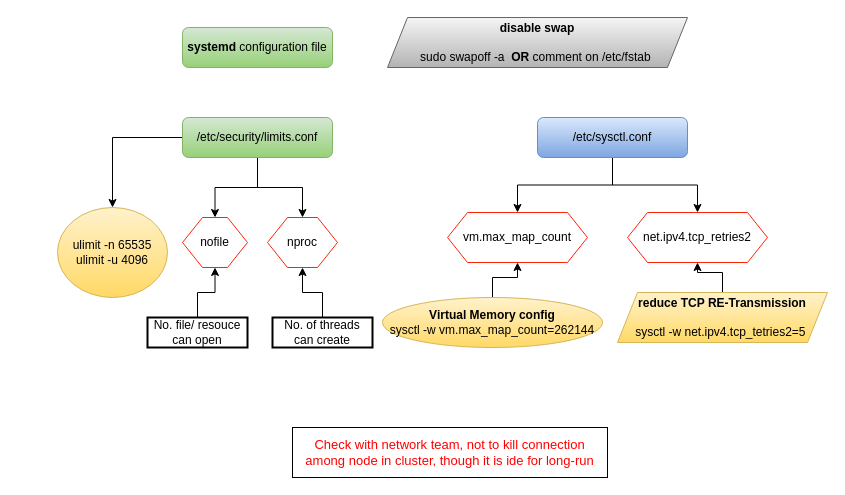
paramothers/books keeps this draw.io diagram as page "Prod OS Settings" (7 of 8) of My Articles/elastic stack/ElasticSearch setup and configuration.drawio. Above is the earlier version. Source tidied: cells renumbered, new cells numbered last; positions are measured from the earlier drawing's top-left corner, leaving out a move shared by most shapes. Both pictures are drawn from the tidied source at 100%, with x=0, y=0 at pixel (57, 17).
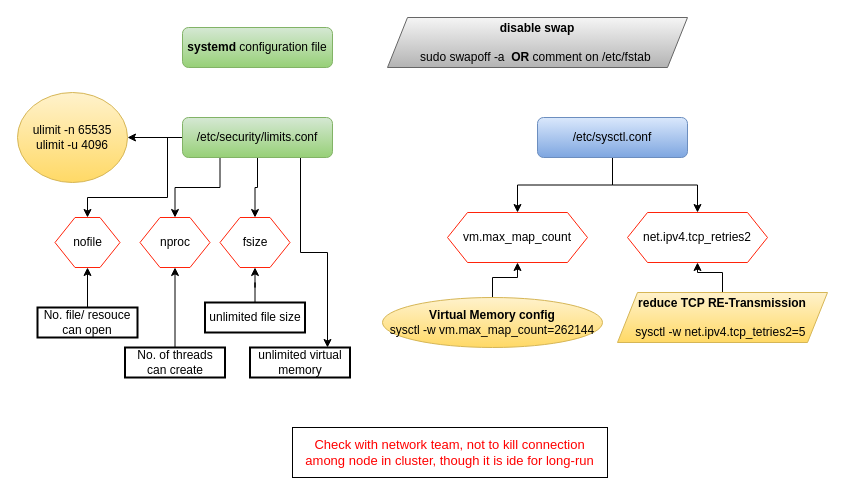
The same diagram, later.

The change refers to these unchanged cells:
```xml
<mxCell id="5" value="/etc/security/limits.conf" style="rounded=1;whiteSpace=wrap;html=1;labelBackgroundColor=none;strokeColor=#82b366;strokeWidth=1;fillColor=#d5e8d4;fontSize=12;gradientColor=#97d077;" parent="1" vertex="1">
  <mxGeometry x="125" y="100" width="150" height="40" as="geometry" />
</mxCell>
```

What changed in the source:
```diff
@@
     <mxCell id="2" style="edgeStyle=orthogonalEdgeStyle;rounded=0;jettySize=auto;html=1;entryX=0.5;entryY=0;entryDx=0;entryDy=0;startArrow=none;startFill=0;strokeColor=#000000;strokeWidth=1;fontSize=12;" parent="1" edge="1" source="5" target="10">
-      <mxGeometry relative="1" as="geometry" />
+      <mxGeometry relative="1" as="geometry">
+        <Array as="points">
+          <mxPoint x="110" y="120" />
+          <mxPoint x="110" y="180" />
+          <mxPoint x="30" y="180" />
+        </Array>
+      </mxGeometry>
     </mxCell>
@@
-    <mxCell id="4" style="edgeStyle=orthogonalEdgeStyle;rounded=0;jettySize=auto;html=1;entryX=0.5;entryY=0;entryDx=0;entryDy=0;startArrow=none;startFill=0;strokeColor=#000000;strokeWidth=1;fontSize=12;" parent="1" edge="1" source="5" target="16">
+    <mxCell id="4" style="edgeStyle=orthogonalEdgeStyle;rounded=0;jettySize=auto;html=1;entryX=0.5;entryY=0;entryDx=0;entryDy=0;startArrow=none;startFill=0;strokeColor=#000000;strokeWidth=1;fontSize=12;exitX=0.25;exitY=1;exitDx=0;exitDy=0;" parent="1" edge="1" source="5" target="16">
       <mxGeometry relative="1" as="geometry" />
     </mxCell>
+    <mxCell id="25" style="edgeStyle=orthogonalEdgeStyle;rounded=0;jettySize=auto;html=1;startArrow=none;startFill=0;strokeColor=#000000;strokeWidth=1;fontSize=13;fontColor=#FF0000;" parent="1" edge="1" source="5" target="27">
+      <mxGeometry relative="1" as="geometry" />
+    </mxCell>
+    <mxCell id="26" style="edgeStyle=orthogonalEdgeStyle;rounded=0;jettySize=auto;html=1;startArrow=none;startFill=0;strokeColor=#000000;strokeWidth=1;fontSize=13;fontColor=#FF0000;exitX=0.75;exitY=1;exitDx=0;exitDy=0;" parent="1" edge="1" source="5" target="30">
+      <mxGeometry relative="1" as="geometry">
+        <Array as="points">
+          <mxPoint x="243" y="140" />
+          <mxPoint x="243" y="235" />
+          <mxPoint x="270" y="235" />
+        </Array>
+      </mxGeometry>
+    </mxCell>
@@
     <mxCell id="10" value="nofile" style="shape=hexagon;perimeter=hexagonPerimeter2;whiteSpace=wrap;html=1;fixedSize=1;labelBackgroundColor=none;strokeColor=#FF230A;strokeWidth=1;fillColor=none;fontSize=12;" parent="1" vertex="1">
-      <mxGeometry x="125" y="200" width="65" height="50" as="geometry" />
+      <mxGeometry x="-2.5" y="200" width="65" height="50" as="geometry" />
     </mxCell>
@@
     <mxCell id="15" value="ulimit -n 65535&lt;br&gt;ulimit -u 4096" style="ellipse;whiteSpace=wrap;html=1;labelBackgroundColor=none;strokeColor=#d6b656;strokeWidth=1;fillColor=#fff2cc;fontSize=12;gradientColor=#ffd966;" parent="1" vertex="1">
-      <mxGeometry y="190" width="110" height="90" as="geometry" />
+      <mxGeometry x="-40" y="75" width="110" height="90" as="geometry" />
     </mxCell>
     <mxCell id="16" value="nproc" style="shape=hexagon;perimeter=hexagonPerimeter2;whiteSpace=wrap;html=1;fixedSize=1;labelBackgroundColor=none;strokeColor=#FF230A;strokeWidth=1;fillColor=none;fontSize=12;" parent="1" vertex="1">
-      <mxGeometry x="210" y="200" width="70" height="50" as="geometry" />
+      <mxGeometry x="82.5" y="200" width="70" height="50" as="geometry" />
     </mxCell>
@@
     <mxCell id="18" value="No. file/ resouce can open" style="text;html=1;fillColor=none;align=center;verticalAlign=middle;whiteSpace=wrap;rounded=0;labelBackgroundColor=none;fontSize=12;strokeColor=#000000;strokeWidth=2;" parent="1" vertex="1">
-      <mxGeometry x="90" y="300" width="100" height="30" as="geometry" />
+      <mxGeometry x="-20" y="290" width="100" height="30" as="geometry" />
     </mxCell>
@@
     <mxCell id="20" value="No. of threads can create" style="text;html=1;fillColor=none;align=center;verticalAlign=middle;whiteSpace=wrap;rounded=0;labelBackgroundColor=none;fontSize=12;strokeColor=#000000;strokeWidth=2;" parent="1" vertex="1">
-      <mxGeometry x="215" y="300" width="100" height="30" as="geometry" />
+      <mxGeometry x="67.5" y="330" width="100" height="30" as="geometry" />
     </mxCell>
@@
+    <mxCell id="27" value="fsize" style="shape=hexagon;perimeter=hexagonPerimeter2;whiteSpace=wrap;html=1;fixedSize=1;labelBackgroundColor=none;strokeColor=#FF230A;strokeWidth=1;fillColor=none;fontSize=12;" parent="1" vertex="1">
+      <mxGeometry x="162.5" y="200" width="70" height="50" as="geometry" />
+    </mxCell>
+    <mxCell id="28" style="edgeStyle=orthogonalEdgeStyle;rounded=0;jettySize=auto;html=1;entryX=0.5;entryY=1;entryDx=0;entryDy=0;startArrow=none;startFill=0;strokeColor=#000000;strokeWidth=1;fontSize=13;fontColor=#FF0000;" parent="1" edge="1" source="29" target="27">
+      <mxGeometry relative="1" as="geometry" />
+    </mxCell>
+    <mxCell id="29" value="unlimited file size" style="text;html=1;fillColor=none;align=center;verticalAlign=middle;whiteSpace=wrap;rounded=0;labelBackgroundColor=none;fontSize=12;strokeColor=#000000;strokeWidth=2;" parent="1" vertex="1">
+      <mxGeometry x="147.5" y="285" width="100" height="30" as="geometry" />
+    </mxCell>
+    <mxCell id="30" value="unlimited virtual memory" style="text;html=1;fillColor=none;align=center;verticalAlign=middle;whiteSpace=wrap;rounded=0;labelBackgroundColor=none;fontSize=12;strokeColor=#000000;strokeWidth=2;" parent="1" vertex="1">
+      <mxGeometry x="192.5" y="330" width="100" height="30" as="geometry" />
+    </mxCell>
```
